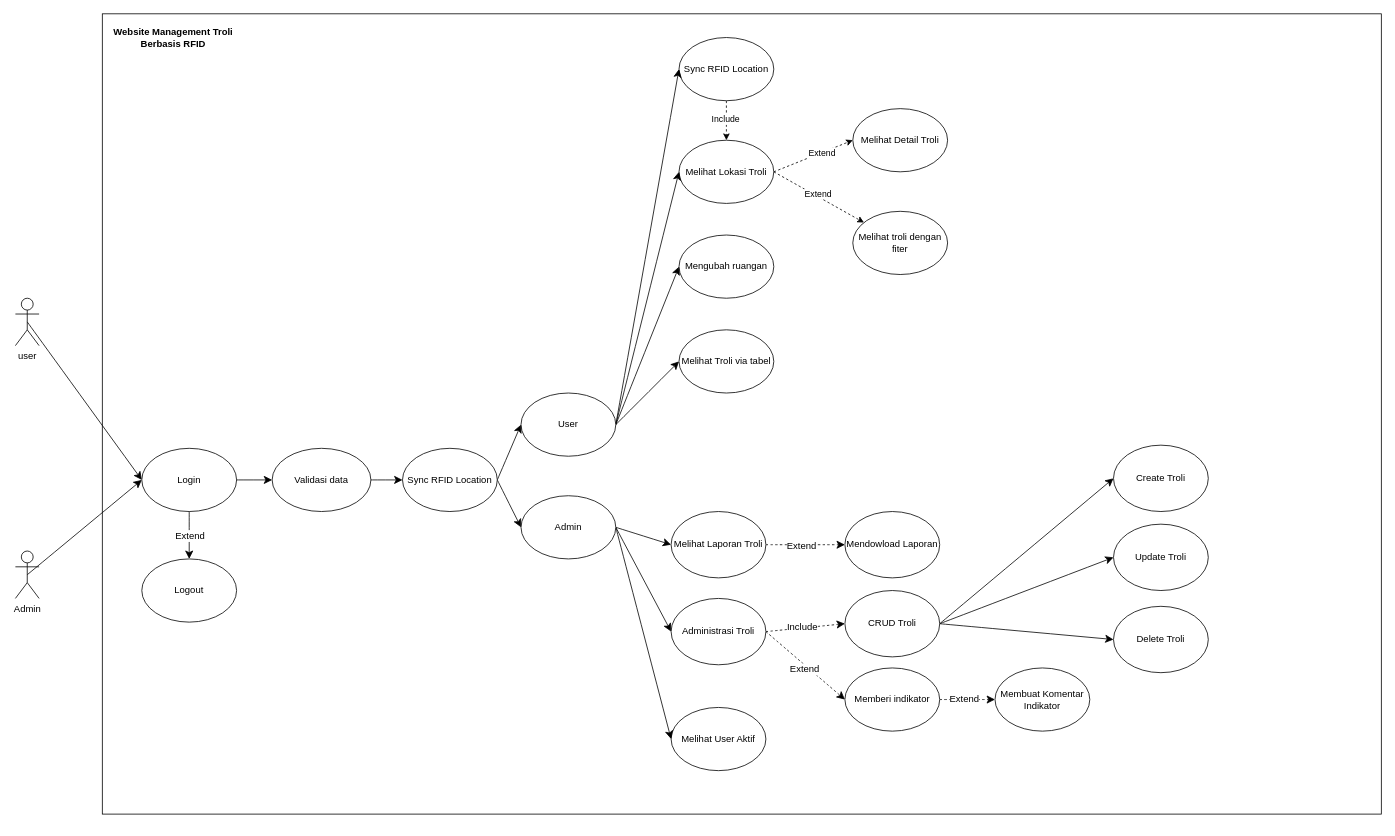
Earlier version of the draw.io diagram Untitled Diagram.drawio (rajendrazero/sertifikat). Source tidied: cells renumbered, new cells numbered last; positions are measured from the earlier drawing's top-left corner, leaving out a move shared by most shapes. Both pictures are drawn from the tidied source at 79%, with x=0, y=0 at pixel (15, 13).
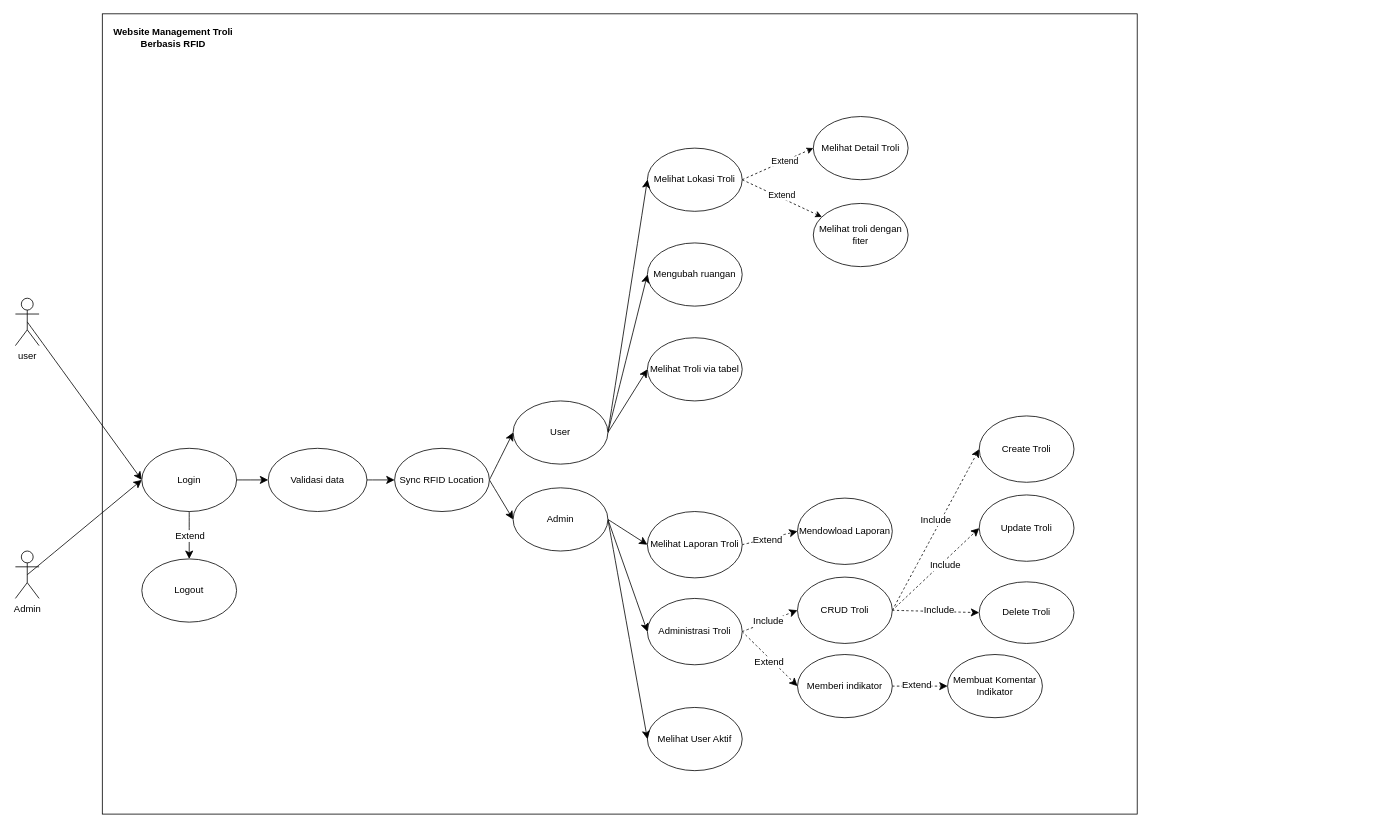
Above is the later version.

Change to the diagram source:
```diff
@@
     <mxCell id="2" style="rounded=0;whiteSpace=wrap;html=1;" parent="1" vertex="1">
-      <mxGeometry x="110" width="1619" height="1013" as="geometry" />
+      <mxGeometry x="110" width="1310" height="1013" as="geometry" />
     </mxCell>
@@
     <mxCell id="9" value="Melihat Lokasi Troli" style="ellipse;whiteSpace=wrap;html=1;" parent="1" vertex="1">
-      <mxGeometry x="840" y="160" width="120" height="80" as="geometry" />
+      <mxGeometry x="800" y="170" width="120" height="80" as="geometry" />
     </mxCell>
@@
     <mxCell id="11" value="Melihat Detail Troli" style="ellipse;whiteSpace=wrap;html=1;" parent="1" vertex="1">
-      <mxGeometry x="1060" y="120" width="120" height="80" as="geometry" />
+      <mxGeometry x="1010" y="130" width="120" height="80" as="geometry" />
     </mxCell>
     <mxCell id="12" value="Melihat Troli via tabel" style="ellipse;whiteSpace=wrap;html=1;" parent="1" vertex="1">
-      <mxGeometry x="840" y="400" width="120" height="80" as="geometry" />
+      <mxGeometry x="800" y="410" width="120" height="80" as="geometry" />
     </mxCell>
     <mxCell id="13" value="Melihat troli dengan fiter" style="ellipse;whiteSpace=wrap;html=1;" parent="1" vertex="1">
-      <mxGeometry x="1060" y="250" width="120" height="80" as="geometry" />
+      <mxGeometry x="1010" y="240" width="120" height="80" as="geometry" />
     </mxCell>
@@
     <mxCell id="16" value="Mengubah ruangan" style="ellipse;whiteSpace=wrap;html=1;" parent="1" vertex="1">
-      <mxGeometry x="840" y="280" width="120" height="80" as="geometry" />
+      <mxGeometry x="800" y="290" width="120" height="80" as="geometry" />
     </mxCell>
@@
     <mxCell id="22" value="Validasi data" style="ellipse;whiteSpace=wrap;html=1;" parent="1" vertex="1">
-      <mxGeometry x="325" y="550" width="125" height="80" as="geometry" />
+      <mxGeometry x="320" y="550" width="125" height="80" as="geometry" />
     </mxCell>
@@
     <mxCell id="27" value="Administrasi Troli" style="ellipse;whiteSpace=wrap;html=1;" parent="1" vertex="1">
-      <mxGeometry x="830" y="740" width="120" height="84" as="geometry" />
+      <mxGeometry x="800" y="740" width="120" height="84" as="geometry" />
     </mxCell>
-    <mxCell id="28" style="edgeStyle=none;curved=1;rounded=0;jettySize=auto;html=1;exitX=1;exitY=0.5;exitDx=0;exitDy=0;entryX=0;entryY=0.5;entryDx=0;entryDy=0;fontSize=12;startSize=8;endSize=8;" parent="1" edge="1" source="31" target="62">
+    <mxCell id="28" style="edgeStyle=none;curved=1;rounded=0;jettySize=auto;html=1;exitX=1;exitY=0.5;exitDx=0;exitDy=0;entryX=0;entryY=0.5;entryDx=0;entryDy=0;fontSize=12;startSize=8;endSize=8;dashed=1;" parent="1" edge="1" source="31" target="62">
       <mxGeometry relative="1" as="geometry" />
     </mxCell>
+    <mxCell id="65" value="Include" style="edgeLabel;html=1;align=center;verticalAlign=middle;fontSize=12;" parent="28" vertex="1">
+      <mxGeometry x="0.1" y="7" relative="1" as="geometry">
+        <mxPoint y="1" as="offset" />
+      </mxGeometry>
+    </mxCell>
-    <mxCell id="29" style="edgeStyle=none;curved=1;rounded=0;jettySize=auto;html=1;exitX=1;exitY=0.5;exitDx=0;exitDy=0;entryX=0;entryY=0.5;entryDx=0;entryDy=0;fontSize=12;startSize=8;endSize=8;" parent="1" edge="1" source="31" target="63">
+    <mxCell id="29" style="edgeStyle=none;curved=1;rounded=0;jettySize=auto;html=1;exitX=1;exitY=0.5;exitDx=0;exitDy=0;entryX=0;entryY=0.5;entryDx=0;entryDy=0;fontSize=12;startSize=8;endSize=8;dashed=1;" parent="1" edge="1" source="31" target="63">
       <mxGeometry relative="1" as="geometry" />
     </mxCell>
+    <mxCell id="66" value="Include" style="edgeLabel;html=1;align=center;verticalAlign=middle;fontSize=12;" parent="29" vertex="1">
+      <mxGeometry x="0.16" y="-4" relative="1" as="geometry" />
+    </mxCell>
-    <mxCell id="30" style="edgeStyle=none;curved=1;rounded=0;jettySize=auto;html=1;exitX=1;exitY=0.5;exitDx=0;exitDy=0;entryX=0;entryY=0.5;entryDx=0;entryDy=0;fontSize=12;startSize=8;endSize=8;" parent="1" edge="1" source="31" target="64">
+    <mxCell id="30" style="edgeStyle=none;curved=1;rounded=0;jettySize=auto;html=1;exitX=1;exitY=0.5;exitDx=0;exitDy=0;entryX=0;entryY=0.5;entryDx=0;entryDy=0;fontSize=12;startSize=8;endSize=8;dashed=1;" parent="1" edge="1" source="31" target="64">
       <mxGeometry relative="1" as="geometry" />
     </mxCell>
+    <mxCell id="67" value="Include" style="edgeLabel;html=1;align=center;verticalAlign=middle;fontSize=12;" parent="30" vertex="1">
+      <mxGeometry x="0.04" y="-6" relative="1" as="geometry">
+        <mxPoint x="2" y="-8" as="offset" />
+      </mxGeometry>
+    </mxCell>
     <mxCell id="31" value="CRUD Troli" style="ellipse;whiteSpace=wrap;html=1;" parent="1" vertex="1">
-      <mxGeometry x="1050" y="730" width="120" height="84" as="geometry" />
+      <mxGeometry x="990" y="713" width="120" height="84" as="geometry" />
     </mxCell>
@@
     <mxCell id="34" value="Memberi indikator" style="ellipse;whiteSpace=wrap;html=1;" parent="1" vertex="1">
-      <mxGeometry x="1050" y="828" width="120" height="80" as="geometry" />
+      <mxGeometry x="990" y="811" width="120" height="80" as="geometry" />
     </mxCell>
     <mxCell id="35" value="Membuat Komentar Indikator" style="ellipse;whiteSpace=wrap;html=1;" parent="1" vertex="1">
-      <mxGeometry x="1240" y="828" width="120" height="80" as="geometry" />
+      <mxGeometry x="1180" y="811" width="120" height="80" as="geometry" />
     </mxCell>
-    <mxCell id="36" style="edgeStyle=orthogonalEdgeStyle;rounded=0;jettySize=auto;html=1;exitX=0.5;exitY=1;exitDx=0;exitDy=0;dashed=1;" parent="1" edge="1" source="38" target="9">
-      <mxGeometry relative="1" as="geometry" />
-    </mxCell>
-    <mxCell id="37" value="Include" style="edgeLabel;html=1;align=center;verticalAlign=middle;" parent="36" vertex="1">
-      <mxGeometry x="-0.08" y="-2" relative="1" as="geometry" />
-    </mxCell>
-    <mxCell id="38" value="Sync RFID Location" style="ellipse;whiteSpace=wrap;html=1;" parent="1" vertex="1">
-      <mxGeometry x="840" y="30" width="120" height="80" as="geometry" />
-    </mxCell>
@@
     <mxCell id="42" value="Melihat Laporan Troli" style="ellipse;whiteSpace=wrap;html=1;" parent="1" vertex="1">
-      <mxGeometry x="830" y="630" width="120" height="84" as="geometry" />
+      <mxGeometry x="800" y="630" width="120" height="84" as="geometry" />
     </mxCell>
     <mxCell id="43" value="Mendowload Laporan" style="ellipse;whiteSpace=wrap;html=1;" parent="1" vertex="1">
-      <mxGeometry x="1050" y="630" width="120" height="84" as="geometry" />
+      <mxGeometry x="990" y="613" width="120" height="84" as="geometry" />
     </mxCell>
@@
     <mxCell id="46" value="Melihat User Aktif" style="ellipse;whiteSpace=wrap;html=1;" parent="1" vertex="1">
-      <mxGeometry x="830" y="878" width="120" height="80" as="geometry" />
+      <mxGeometry x="800" y="878" width="120" height="80" as="geometry" />
     </mxCell>
@@
-    <mxCell id="51" style="edgeStyle=none;curved=1;rounded=0;jettySize=auto;html=1;exitX=1;exitY=0.5;exitDx=0;exitDy=0;entryX=0;entryY=0.5;entryDx=0;entryDy=0;fontSize=12;startSize=8;endSize=8;" parent="1" edge="1" source="52" target="38">
-      <mxGeometry relative="1" as="geometry" />
-    </mxCell>
     <mxCell id="52" value="User" style="ellipse;whiteSpace=wrap;html=1;" parent="1" vertex="1">
-      <mxGeometry x="640" y="480" width="120" height="80" as="geometry" />
+      <mxGeometry x="630" y="490" width="120" height="80" as="geometry" />
     </mxCell>
@@
     <mxCell id="56" value="Admin" style="ellipse;whiteSpace=wrap;html=1;" parent="1" vertex="1">
-      <mxGeometry x="640" y="610" width="120" height="80" as="geometry" />
+      <mxGeometry x="630" y="600" width="120" height="80" as="geometry" />
     </mxCell>
@@
     <mxCell id="59" value="Sync RFID Location" style="ellipse;whiteSpace=wrap;html=1;" parent="1" vertex="1">
-      <mxGeometry x="490" y="550" width="120" height="80" as="geometry" />
+      <mxGeometry x="480" y="550" width="120" height="80" as="geometry" />
     </mxCell>
@@
     <mxCell id="62" value="Create Troli" style="ellipse;whiteSpace=wrap;html=1;" parent="1" vertex="1">
-      <mxGeometry x="1390" y="546" width="120" height="84" as="geometry" />
+      <mxGeometry x="1220" y="509" width="120" height="84" as="geometry" />
     </mxCell>
     <mxCell id="63" value="Update Troli" style="ellipse;whiteSpace=wrap;html=1;" parent="1" vertex="1">
-      <mxGeometry x="1390" y="646" width="120" height="84" as="geometry" />
+      <mxGeometry x="1220" y="609" width="120" height="84" as="geometry" />
     </mxCell>
     <mxCell id="64" value="Delete Troli" style="ellipse;whiteSpace=wrap;html=1;" parent="1" vertex="1">
-      <mxGeometry x="1390" y="750" width="120" height="84" as="geometry" />
+      <mxGeometry x="1220" y="719" width="120" height="78" as="geometry" />
     </mxCell>
```
